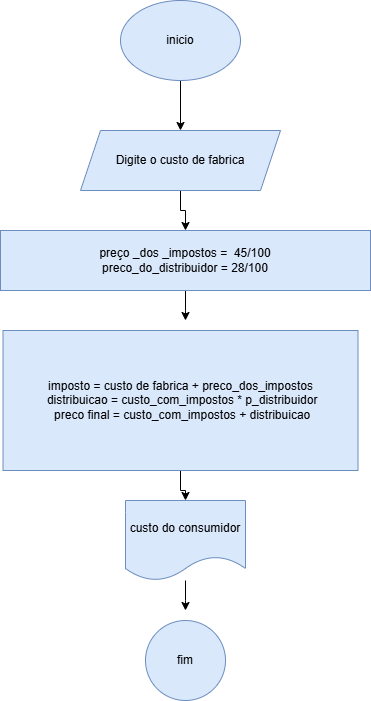
This is custofabrica.drawio.png from L4ur4r3eiz/PA_python2, a draw.io export, as it was before one commit. Source tidied: cells renumbered, new cells last; positions are measured from the earlier drawing's top-left corner, leaving out a move shared by most shapes. Source of this version:
```xml
<mxGraphModel>
  <root>
    <mxCell id="0" />
    <mxCell id="1" parent="0" />
    <mxCell id="2" style="edgeStyle=orthogonalEdgeStyle;rounded=0;jettySize=auto;html=1;entryX=0.5;entryY=0;entryDx=0;entryDy=0;" parent="1" edge="1" source="3" target="5">
      <mxGeometry relative="1" as="geometry" />
    </mxCell>
    <mxCell id="3" value="inicio" style="ellipse;whiteSpace=wrap;html=1;fillColor=#dae8fc;strokeColor=#6c8ebf;" parent="1" vertex="1">
      <mxGeometry x="120" width="120" height="80" as="geometry" />
    </mxCell>
    <mxCell id="4" style="edgeStyle=orthogonalEdgeStyle;rounded=0;jettySize=auto;html=1;entryX=0.5;entryY=0;entryDx=0;entryDy=0;" parent="1" edge="1" source="5" target="7">
      <mxGeometry relative="1" as="geometry" />
    </mxCell>
    <mxCell id="5" value="Digite o custo de fabrica" style="shape=parallelogram;perimeter=parallelogramPerimeter;whiteSpace=wrap;html=1;fixedSize=1;fillColor=#dae8fc;strokeColor=#6c8ebf;" parent="1" vertex="1">
      <mxGeometry x="80" y="130" width="200" height="60" as="geometry" />
    </mxCell>
    <mxCell id="6" style="edgeStyle=orthogonalEdgeStyle;rounded=0;jettySize=auto;html=1;" parent="1" edge="1" source="7">
      <mxGeometry relative="1" as="geometry">
        <mxPoint x="185" y="320" as="targetPoint" />
      </mxGeometry>
    </mxCell>
    <mxCell id="7" value="preço _dos _impostos =&amp;nbsp; 45/100&lt;div&gt;preco_do_distribuidor = 28/100&lt;/div&gt;" style="rounded=0;whiteSpace=wrap;html=1;fillColor=#dae8fc;strokeColor=#6c8ebf;" parent="1" vertex="1">
      <mxGeometry y="230" width="370" height="60" as="geometry" />
    </mxCell>
    <mxCell id="8" style="edgeStyle=orthogonalEdgeStyle;rounded=0;jettySize=auto;html=1;entryX=0.5;entryY=0;entryDx=0;entryDy=0;" parent="1" edge="1" source="9" target="11">
      <mxGeometry relative="1" as="geometry" />
    </mxCell>
    <mxCell id="9" value="imposto = custo de fabrica + preco_dos_impostos&lt;div&gt;&amp;nbsp;distribuicao = custo_com_impostos * p_distribuidor&lt;/div&gt;&lt;div&gt;&lt;div&gt;&amp;nbsp;preco final = custo_com_impostos + distribuicao&lt;/div&gt;&lt;/div&gt;" style="rounded=0;whiteSpace=wrap;html=1;fillColor=#dae8fc;strokeColor=#6c8ebf;" parent="1" vertex="1">
      <mxGeometry x="2.5" y="330" width="355" height="140" as="geometry" />
    </mxCell>
    <mxCell id="10" style="edgeStyle=orthogonalEdgeStyle;rounded=0;jettySize=auto;html=1;" parent="1" edge="1" source="11">
      <mxGeometry relative="1" as="geometry">
        <mxPoint x="185" y="610" as="targetPoint" />
      </mxGeometry>
    </mxCell>
    <mxCell id="11" value="custo do consumidor" style="shape=document;whiteSpace=wrap;html=1;boundedLbl=1;fillColor=#dae8fc;strokeColor=#6c8ebf;" parent="1" vertex="1">
      <mxGeometry x="125" y="500" width="120" height="80" as="geometry" />
    </mxCell>
    <mxCell id="12" value="fim" style="ellipse;whiteSpace=wrap;html=1;fillColor=#dae8fc;strokeColor=#6c8ebf;" parent="1" vertex="1">
      <mxGeometry x="145" y="620" width="80" height="80" as="geometry" />
    </mxCell>
  </root>
</mxGraphModel>
```
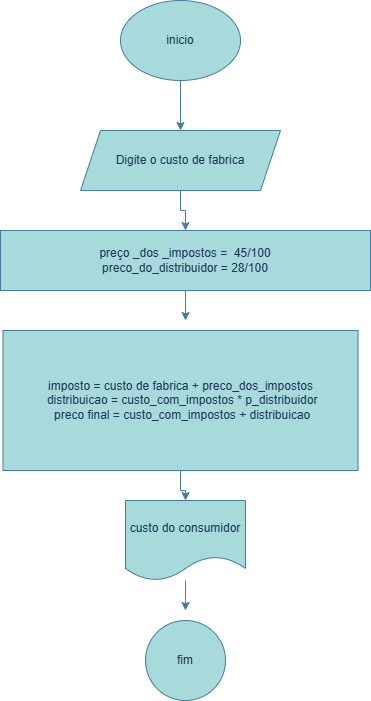
The same file after the commit.

The edit, as a diff of the source:
```diff
@@ -2,41 +2,41 @@
   <root>
     <mxCell id="0" />
     <mxCell id="1" parent="0" />
-    <mxCell id="2" style="edgeStyle=orthogonalEdgeStyle;rounded=0;jettySize=auto;html=1;entryX=0.5;entryY=0;entryDx=0;entryDy=0;" parent="1" edge="1" source="3" target="5">
+    <mxCell id="2" style="edgeStyle=orthogonalEdgeStyle;rounded=0;jettySize=auto;html=1;entryX=0.5;entryY=0;entryDx=0;entryDy=0;labelBackgroundColor=none;strokeColor=#457B9D;fontColor=default;" parent="1" edge="1" source="3" target="5">
       <mxGeometry relative="1" as="geometry" />
     </mxCell>
-    <mxCell id="3" value="inicio" style="ellipse;whiteSpace=wrap;html=1;fillColor=#dae8fc;strokeColor=#6c8ebf;" parent="1" vertex="1">
+    <mxCell id="3" value="inicio" style="ellipse;whiteSpace=wrap;html=1;fillColor=#A8DADC;strokeColor=#457B9D;labelBackgroundColor=none;fontColor=#1D3557;" parent="1" vertex="1">
       <mxGeometry x="120" width="120" height="80" as="geometry" />
     </mxCell>
-    <mxCell id="4" style="edgeStyle=orthogonalEdgeStyle;rounded=0;jettySize=auto;html=1;entryX=0.5;entryY=0;entryDx=0;entryDy=0;" parent="1" edge="1" source="5" target="7">
+    <mxCell id="4" style="edgeStyle=orthogonalEdgeStyle;rounded=0;jettySize=auto;html=1;entryX=0.5;entryY=0;entryDx=0;entryDy=0;labelBackgroundColor=none;strokeColor=#457B9D;fontColor=default;" parent="1" edge="1" source="5" target="7">
       <mxGeometry relative="1" as="geometry" />
     </mxCell>
-    <mxCell id="5" value="Digite o custo de fabrica" style="shape=parallelogram;perimeter=parallelogramPerimeter;whiteSpace=wrap;html=1;fixedSize=1;fillColor=#dae8fc;strokeColor=#6c8ebf;" parent="1" vertex="1">
+    <mxCell id="5" value="Digite o custo de fabrica" style="shape=parallelogram;perimeter=parallelogramPerimeter;whiteSpace=wrap;html=1;fixedSize=1;fillColor=#A8DADC;strokeColor=#457B9D;labelBackgroundColor=none;fontColor=#1D3557;" parent="1" vertex="1">
       <mxGeometry x="80" y="130" width="200" height="60" as="geometry" />
     </mxCell>
-    <mxCell id="6" style="edgeStyle=orthogonalEdgeStyle;rounded=0;jettySize=auto;html=1;" parent="1" edge="1" source="7">
+    <mxCell id="6" style="edgeStyle=orthogonalEdgeStyle;rounded=0;jettySize=auto;html=1;labelBackgroundColor=none;strokeColor=#457B9D;fontColor=default;" parent="1" edge="1" source="7">
       <mxGeometry relative="1" as="geometry">
         <mxPoint x="185" y="320" as="targetPoint" />
       </mxGeometry>
     </mxCell>
-    <mxCell id="7" value="preço _dos _impostos =&amp;nbsp; 45/100&lt;div&gt;preco_do_distribuidor = 28/100&lt;/div&gt;" style="rounded=0;whiteSpace=wrap;html=1;fillColor=#dae8fc;strokeColor=#6c8ebf;" parent="1" vertex="1">
+    <mxCell id="7" value="preço _dos _impostos =&amp;nbsp; 45/100&lt;div&gt;preco_do_distribuidor = 28/100&lt;/div&gt;" style="rounded=0;whiteSpace=wrap;html=1;fillColor=#A8DADC;strokeColor=#457B9D;labelBackgroundColor=none;fontColor=#1D3557;" parent="1" vertex="1">
       <mxGeometry y="230" width="370" height="60" as="geometry" />
     </mxCell>
-    <mxCell id="8" style="edgeStyle=orthogonalEdgeStyle;rounded=0;jettySize=auto;html=1;entryX=0.5;entryY=0;entryDx=0;entryDy=0;" parent="1" edge="1" source="9" target="11">
+    <mxCell id="8" style="edgeStyle=orthogonalEdgeStyle;rounded=0;jettySize=auto;html=1;entryX=0.5;entryY=0;entryDx=0;entryDy=0;labelBackgroundColor=none;strokeColor=#457B9D;fontColor=default;" parent="1" edge="1" source="9" target="11">
       <mxGeometry relative="1" as="geometry" />
     </mxCell>
-    <mxCell id="9" value="imposto = custo de fabrica + preco_dos_impostos&lt;div&gt;&amp;nbsp;distribuicao = custo_com_impostos * p_distribuidor&lt;/div&gt;&lt;div&gt;&lt;div&gt;&amp;nbsp;preco final = custo_com_impostos + distribuicao&lt;/div&gt;&lt;/div&gt;" style="rounded=0;whiteSpace=wrap;html=1;fillColor=#dae8fc;strokeColor=#6c8ebf;" parent="1" vertex="1">
+    <mxCell id="9" value="imposto = custo de fabrica + preco_dos_impostos&lt;div&gt;&amp;nbsp;distribuicao = custo_com_impostos * p_distribuidor&lt;/div&gt;&lt;div&gt;&lt;div&gt;&amp;nbsp;preco final = custo_com_impostos + distribuicao&lt;/div&gt;&lt;/div&gt;" style="rounded=0;whiteSpace=wrap;html=1;fillColor=#A8DADC;strokeColor=#457B9D;labelBackgroundColor=none;fontColor=#1D3557;" parent="1" vertex="1">
       <mxGeometry x="2.5" y="330" width="355" height="140" as="geometry" />
     </mxCell>
-    <mxCell id="10" style="edgeStyle=orthogonalEdgeStyle;rounded=0;jettySize=auto;html=1;" parent="1" edge="1" source="11">
+    <mxCell id="10" style="edgeStyle=orthogonalEdgeStyle;rounded=0;jettySize=auto;html=1;labelBackgroundColor=none;strokeColor=#457B9D;fontColor=default;" parent="1" edge="1" source="11">
       <mxGeometry relative="1" as="geometry">
         <mxPoint x="185" y="610" as="targetPoint" />
       </mxGeometry>
     </mxCell>
-    <mxCell id="11" value="custo do consumidor" style="shape=document;whiteSpace=wrap;html=1;boundedLbl=1;fillColor=#dae8fc;strokeColor=#6c8ebf;" parent="1" vertex="1">
+    <mxCell id="11" value="custo do consumidor" style="shape=document;whiteSpace=wrap;html=1;boundedLbl=1;fillColor=#A8DADC;strokeColor=#457B9D;labelBackgroundColor=none;fontColor=#1D3557;" parent="1" vertex="1">
       <mxGeometry x="125" y="500" width="120" height="80" as="geometry" />
     </mxCell>
-    <mxCell id="12" value="fim" style="ellipse;whiteSpace=wrap;html=1;fillColor=#dae8fc;strokeColor=#6c8ebf;" parent="1" vertex="1">
+    <mxCell id="12" value="fim" style="ellipse;whiteSpace=wrap;html=1;fillColor=#A8DADC;strokeColor=#457B9D;labelBackgroundColor=none;fontColor=#1D3557;" parent="1" vertex="1">
       <mxGeometry x="145" y="620" width="80" height="80" as="geometry" />
     </mxCell>
   </root>
```
